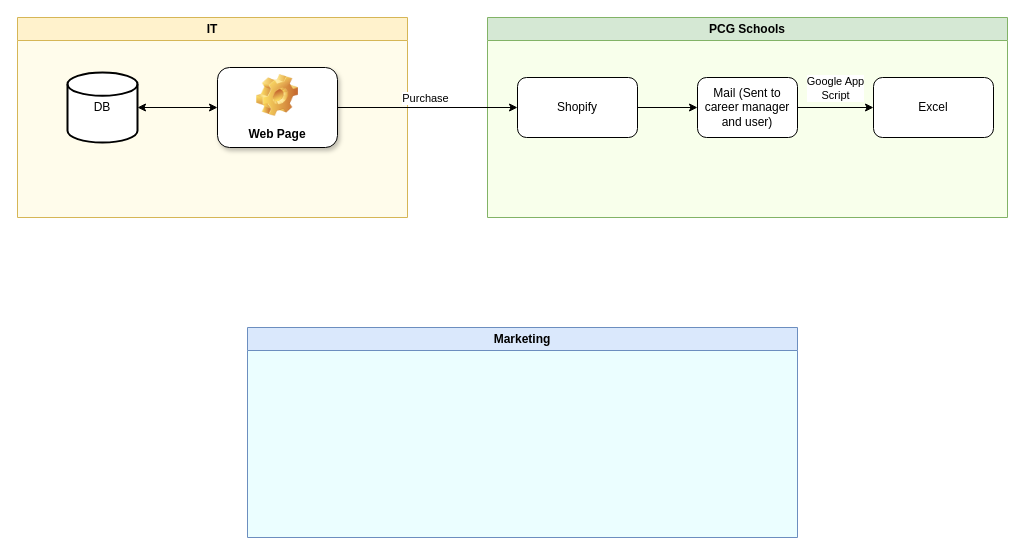
The draw.io diagram NMT-Architecture.drawio in MrBCendales/nmtCharts, before the edit. Source tidied: cells renumbered, new cells numbered last; positions are measured from the earlier drawing's top-left corner, leaving out a move shared by most shapes. Both pictures are drawn from the tidied source at 100%, with x=0, y=0 at pixel (17, 17).
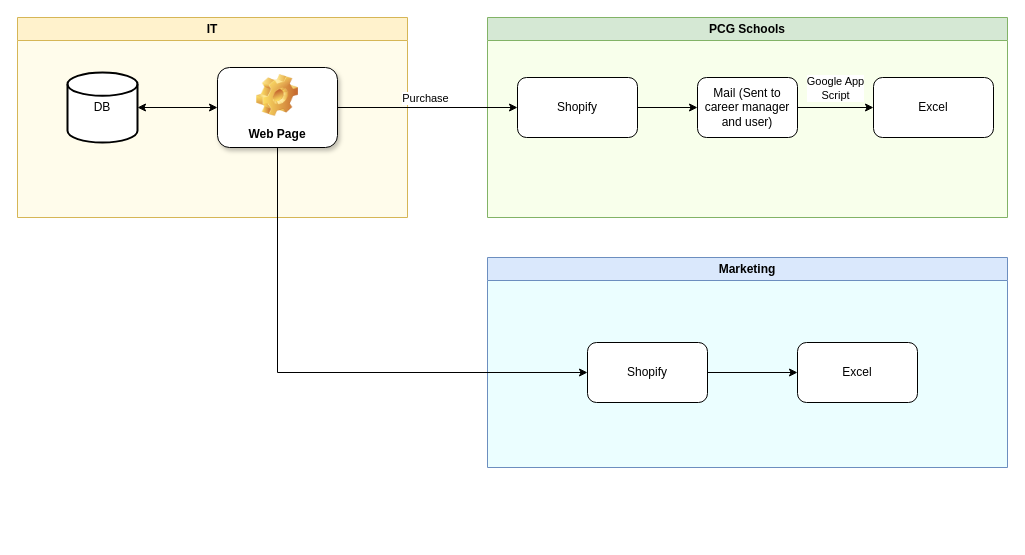
The same diagram, later.

Unchanged cells that the change refers to:
```xml
<mxCell id="12" value="Web Page" style="label;whiteSpace=wrap;html=1;align=center;verticalAlign=bottom;spacingLeft=0;spacingBottom=4;imageAlign=center;imageVerticalAlign=top;image=img/clipart/Gear_128x128.png;direction=east;glass=0;shadow=1;" parent="10" vertex="1">
  <mxGeometry x="200" y="50" width="120" height="80" as="geometry" />
</mxCell>
```

The edit, as a diff of the source:
```diff
@@
     <mxCell id="9" value="Marketing" style="swimlane;whiteSpace=wrap;html=1;fillColor=#dae8fc;strokeColor=#6c8ebf;swimlaneFillColor=#EBFEFF;" parent="1" vertex="1">
-      <mxGeometry x="230" y="310" width="550" height="210" as="geometry" />
+      <mxGeometry x="470" y="240" width="520" height="210" as="geometry" />
     </mxCell>
+    <mxCell id="16" style="edgeStyle=orthogonalEdgeStyle;rounded=0;jettySize=auto;html=1;entryX=0;entryY=0.5;entryDx=0;entryDy=0;" parent="9" edge="1" source="17" target="18">
+      <mxGeometry relative="1" as="geometry" />
+    </mxCell>
+    <mxCell id="17" value="Shopify" style="rounded=1;whiteSpace=wrap;html=1;" parent="9" vertex="1">
+      <mxGeometry x="100" y="85" width="120" height="60" as="geometry" />
+    </mxCell>
+    <mxCell id="18" value="&lt;div&gt;Excel&lt;/div&gt;" style="rounded=1;whiteSpace=wrap;html=1;" parent="9" vertex="1">
+      <mxGeometry x="310" y="85" width="120" height="60" as="geometry" />
+    </mxCell>
@@
+    <mxCell id="19" style="edgeStyle=orthogonalEdgeStyle;rounded=0;jettySize=auto;html=1;exitX=0.5;exitY=1;exitDx=0;exitDy=0;entryX=0;entryY=0.5;entryDx=0;entryDy=0;" parent="1" edge="1" source="12" target="17">
+      <mxGeometry relative="1" as="geometry" />
+    </mxCell>
```
